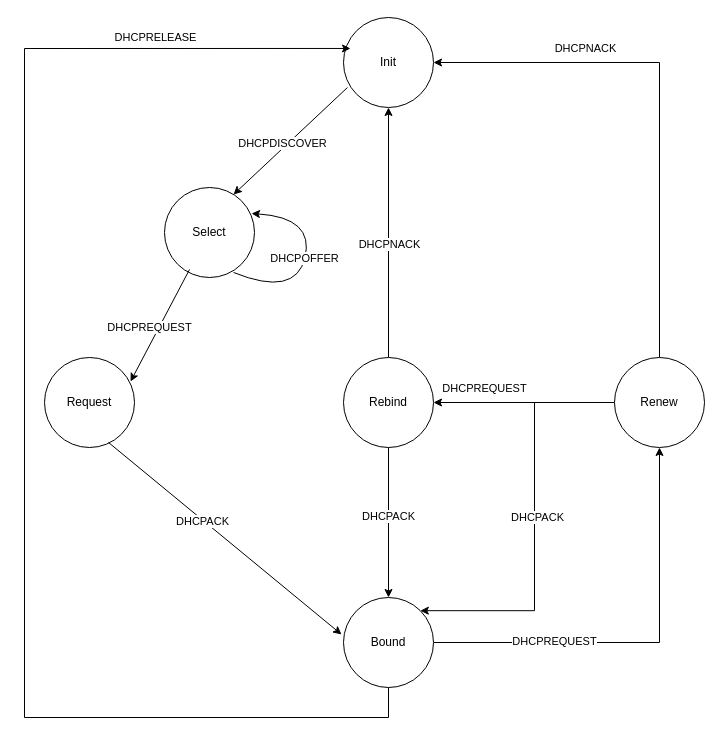
Before: lab3/task2/DHCP_FSM.drawio in MattBelanger321/COMP8670, a draw.io diagram. Source tidied: cells renumbered, new cells numbered last; positions are measured from the earlier drawing's top-left corner, leaving out a move shared by most shapes. Both pictures are drawn from the tidied source at 100%, with x=0, y=0 at pixel (24, 17).
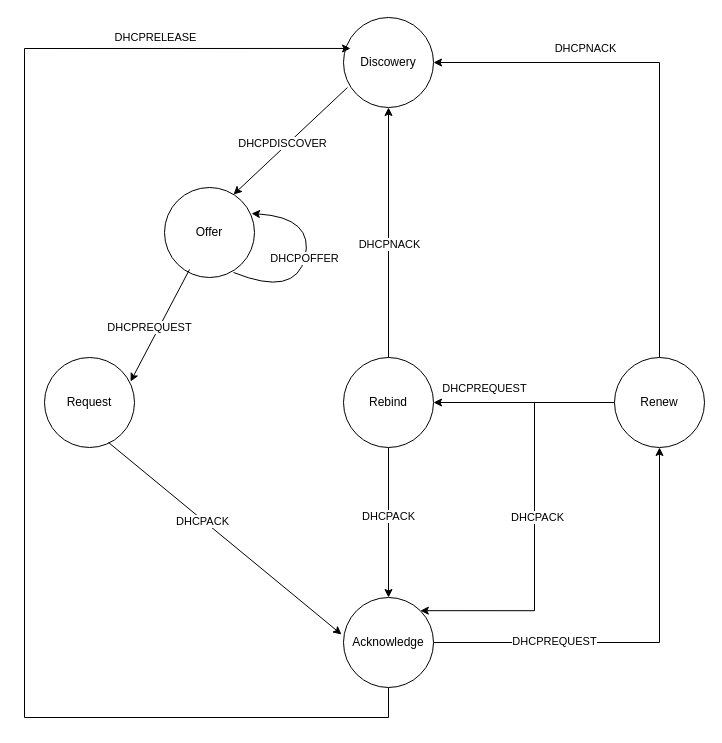
The same diagram, later.

Diff of the diagram source:
```diff
@@
-    <mxCell id="2" value="Init" style="ellipse;whiteSpace=wrap;html=1;" parent="1" vertex="1">
+    <mxCell id="2" value="Discowery" style="ellipse;whiteSpace=wrap;html=1;" parent="1" vertex="1">
       <mxGeometry x="319" width="90" height="90" as="geometry" />
     </mxCell>
@@
-    <mxCell id="11" value="Select" style="ellipse;whiteSpace=wrap;html=1;" parent="1" vertex="1">
+    <mxCell id="11" value="Offer" style="ellipse;whiteSpace=wrap;html=1;" parent="1" vertex="1">
       <mxGeometry x="140" y="170" width="90" height="90" as="geometry" />
     </mxCell>
@@
-    <mxCell id="21" value="Bound" style="ellipse;whiteSpace=wrap;html=1;" parent="1" vertex="1">
+    <mxCell id="21" value="Acknowledge" style="ellipse;whiteSpace=wrap;html=1;" parent="1" vertex="1">
       <mxGeometry x="319" y="580" width="90" height="90" as="geometry" />
     </mxCell>
```
